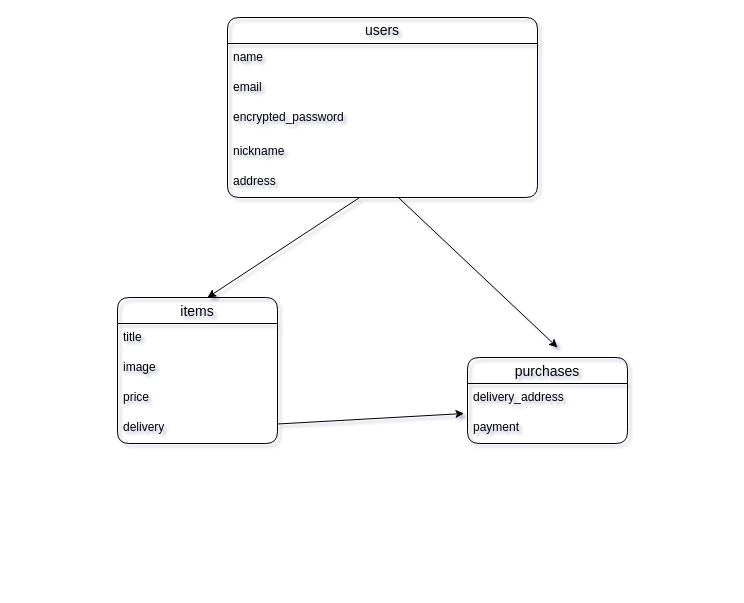
Before: furima.dio in suzukazu696969/furima-38767, a draw.io diagram. Source tidied: cells renumbered, new cells numbered last; positions are measured from the earlier drawing's top-left corner, leaving out a move shared by most shapes. Both pictures are drawn from the tidied source at 100%, with x=0, y=0 at pixel (117, 17).
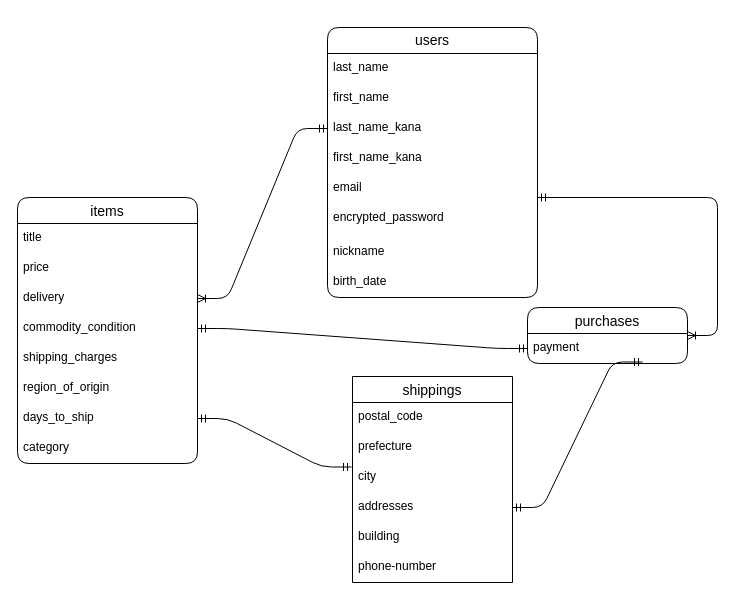
The same diagram, later.

Diff of the diagram source:
```diff
@@
-<mxGraphModel shadow="1">
+<mxGraphModel>
@@
     <mxCell id="2" value="users" style="swimlane;fontStyle=0;horizontal=1;startSize=26;align=center;fontSize=14;gradientColor=#ffffff;rounded=1;fillColor=none;whiteSpace=wrap;" parent="1" vertex="1">
-      <mxGeometry x="110" width="310" height="180" as="geometry" />
+      <mxGeometry x="210" y="10" width="210" height="270" as="geometry" />
     </mxCell>
-    <mxCell id="3" value="name" style="text;strokeColor=none;fillColor=none;spacingLeft=4;spacingRight=4;overflow=hidden;fontSize=12;" parent="2" vertex="1">
-      <mxGeometry y="26" width="310" height="30" as="geometry" />
+    <mxCell id="3" value="last_name" style="text;strokeColor=none;fillColor=none;spacingLeft=4;spacingRight=4;overflow=hidden;fontSize=12;" parent="2" vertex="1">
+      <mxGeometry y="26" width="210" height="30" as="geometry" />
     </mxCell>
+    <mxCell id="20" value="first_name" style="text;strokeColor=none;fillColor=none;spacingLeft=4;spacingRight=4;overflow=hidden;fontSize=12;" parent="2" vertex="1">
+      <mxGeometry y="56" width="210" height="30" as="geometry" />
+    </mxCell>
+    <mxCell id="21" value="last_name_kana" style="text;strokeColor=none;fillColor=none;spacingLeft=4;spacingRight=4;overflow=hidden;points=[[0,0.5],[1,0.5]];portConstraint=eastwest;fontSize=12;" parent="2" vertex="1">
+      <mxGeometry y="86" width="210" height="30" as="geometry" />
+    </mxCell>
+    <mxCell id="22" value="first_name_kana" style="text;strokeColor=none;fillColor=none;spacingLeft=4;spacingRight=4;overflow=hidden;fontSize=12;" parent="2" vertex="1">
+      <mxGeometry y="116" width="210" height="30" as="geometry" />
+    </mxCell>
     <mxCell id="4" value="email" style="text;strokeColor=none;fillColor=none;spacingLeft=4;spacingRight=4;overflow=hidden;fontSize=12;" parent="2" vertex="1">
-      <mxGeometry y="56" width="310" height="30" as="geometry" />
+      <mxGeometry y="146" width="210" height="30" as="geometry" />
     </mxCell>
     <mxCell id="5" value="encrypted_password" style="text;strokeColor=none;fillColor=none;spacingLeft=4;spacingRight=4;overflow=hidden;fontSize=12;fontColor=default;" parent="2" vertex="1">
-      <mxGeometry y="86" width="310" height="34" as="geometry" />
+      <mxGeometry y="176" width="210" height="34" as="geometry" />
     </mxCell>
     <mxCell id="6" value="nickname" style="text;strokeColor=none;fillColor=none;spacingLeft=4;spacingRight=4;overflow=hidden;points=[[0,0.5],[1,0.5]];portConstraint=eastwest;fontSize=12;rounded=1;" parent="2" vertex="1">
-      <mxGeometry y="120" width="310" height="30" as="geometry" />
+      <mxGeometry y="210" width="210" height="30" as="geometry" />
     </mxCell>
@@
-    <mxCell id="8" value="address" style="text;strokeColor=none;fillColor=none;spacingLeft=4;spacingRight=4;overflow=hidden;points=[[0,0.5],[1,0.5]];portConstraint=eastwest;fontSize=12;rounded=1;fontColor=default;" parent="2" vertex="1">
-      <mxGeometry y="150" width="310" height="30" as="geometry" />
+    <mxCell id="8" value="birth_date" style="text;strokeColor=none;fillColor=none;spacingLeft=4;spacingRight=4;overflow=hidden;points=[[0,0.5],[1,0.5]];portConstraint=eastwest;fontSize=12;rounded=1;fontColor=default;" parent="2" vertex="1">
+      <mxGeometry y="240" width="210" height="30" as="geometry" />
     </mxCell>
+    <mxCell id="14" value="purchases" style="swimlane;fontStyle=0;horizontal=1;startSize=26;align=center;fontSize=14;rounded=1;fillColor=none;gradientColor=#ffffff;" parent="1" vertex="1">
+      <mxGeometry x="410" y="290" width="160" height="56" as="geometry" />
+    </mxCell>
+    <mxCell id="16" value="payment" style="text;strokeColor=none;fillColor=none;spacingLeft=4;spacingRight=4;overflow=hidden;points=[[0,0.5],[1,0.5]];portConstraint=eastwest;fontSize=12;rounded=1;labelBorderColor=none;" parent="14" vertex="1">
+      <mxGeometry y="26" width="160" height="30" as="geometry" />
+    </mxCell>
+    <mxCell id="23" value="shippings" style="swimlane;fontStyle=0;horizontal=1;startSize=26;align=center;fontSize=14;" parent="1" vertex="1">
+      <mxGeometry x="235" y="359" width="160" height="206" as="geometry" />
+    </mxCell>
+    <mxCell id="24" value="postal_code" style="text;strokeColor=none;fillColor=none;spacingLeft=4;spacingRight=4;overflow=hidden;fontSize=12;" parent="23" vertex="1">
+      <mxGeometry y="26" width="160" height="30" as="geometry" />
+    </mxCell>
+    <mxCell id="25" value="prefecture" style="text;strokeColor=none;fillColor=none;spacingLeft=4;spacingRight=4;overflow=hidden;fontSize=12;" parent="23" vertex="1">
+      <mxGeometry y="56" width="160" height="30" as="geometry" />
+    </mxCell>
+    <mxCell id="26" value="city" style="text;strokeColor=none;fillColor=none;spacingLeft=4;spacingRight=4;overflow=hidden;points=[[0,0.5],[1,0.5]];portConstraint=eastwest;fontSize=12;" parent="23" vertex="1">
+      <mxGeometry y="86" width="160" height="30" as="geometry" />
+    </mxCell>
+    <mxCell id="27" value="addresses" style="text;strokeColor=none;fillColor=none;spacingLeft=4;spacingRight=4;overflow=hidden;points=[[0,0.5],[1,0.5]];portConstraint=eastwest;fontSize=12;" parent="23" vertex="1">
+      <mxGeometry y="116" width="160" height="30" as="geometry" />
+    </mxCell>
+    <mxCell id="28" value="building" style="text;strokeColor=none;fillColor=none;spacingLeft=4;spacingRight=4;overflow=hidden;fontSize=12;" parent="23" vertex="1">
+      <mxGeometry y="146" width="160" height="30" as="geometry" />
+    </mxCell>
+    <mxCell id="29" value="phone-number" style="text;strokeColor=none;fillColor=none;spacingLeft=4;spacingRight=4;overflow=hidden;fontSize=12;" parent="23" vertex="1">
+      <mxGeometry y="176" width="160" height="30" as="geometry" />
+    </mxCell>
     <mxCell id="9" value="items" style="swimlane;fontStyle=0;horizontal=1;startSize=26;align=center;fontSize=14;rounded=1;fillColor=none;gradientColor=#ffffff;" parent="1" vertex="1">
-      <mxGeometry y="280" width="160" height="146" as="geometry" />
+      <mxGeometry x="-100" y="180" width="180" height="266" as="geometry" />
     </mxCell>
     <mxCell id="10" value="title" style="text;strokeColor=none;fillColor=none;spacingLeft=4;spacingRight=4;overflow=hidden;fontSize=12;rounded=1;" parent="9" vertex="1">
-      <mxGeometry y="26" width="160" height="30" as="geometry" />
+      <mxGeometry y="26" width="180" height="30" as="geometry" />
     </mxCell>
-    <mxCell id="11" value="image" style="text;strokeColor=none;fillColor=none;spacingLeft=4;spacingRight=4;overflow=hidden;fontSize=12;rounded=1;" parent="9" vertex="1">
-      <mxGeometry y="56" width="160" height="30" as="geometry" />
-    </mxCell>
     <mxCell id="12" value="price" style="text;strokeColor=none;fillColor=none;spacingLeft=4;spacingRight=4;overflow=hidden;fontSize=12;rounded=1;" parent="9" vertex="1">
-      <mxGeometry y="86" width="160" height="30" as="geometry" />
+      <mxGeometry y="56" width="180" height="30" as="geometry" />
     </mxCell>
     <mxCell id="13" value="delivery" style="text;strokeColor=none;fillColor=none;spacingLeft=4;spacingRight=4;overflow=hidden;points=[[0,0.5],[1,0.5]];portConstraint=eastwest;fontSize=12;rounded=1;" parent="9" vertex="1">
-      <mxGeometry y="116" width="160" height="30" as="geometry" />
+      <mxGeometry y="86" width="180" height="30" as="geometry" />
     </mxCell>
-    <mxCell id="14" value="purchases" style="swimlane;fontStyle=0;horizontal=1;startSize=26;align=center;fontSize=14;rounded=1;fillColor=none;gradientColor=#ffffff;" parent="1" vertex="1">
-      <mxGeometry x="350" y="340" width="160" height="86" as="geometry" />
-    </mxCell>
-    <mxCell id="15" value="delivery_address" style="text;strokeColor=none;fillColor=none;spacingLeft=4;spacingRight=4;overflow=hidden;fontSize=12;rounded=1;" parent="14" vertex="1">
-      <mxGeometry y="26" width="160" height="30" as="geometry" />
-    </mxCell>
-    <mxCell id="16" value="payment" style="text;strokeColor=none;fillColor=none;spacingLeft=4;spacingRight=4;overflow=hidden;points=[[0,0.5],[1,0.5]];portConstraint=eastwest;fontSize=12;rounded=1;labelBorderColor=none;" parent="14" vertex="1">
-      <mxGeometry y="56" width="160" height="30" as="geometry" />
-    </mxCell>
-    <mxCell id="17" style="edgeStyle=none;html=1;entryX=-0.022;entryY=0;entryDx=0;entryDy=0;entryPerimeter=0;fontColor=default;" parent="1" edge="1" source="13" target="16">
-      <mxGeometry relative="1" as="geometry" />
-    </mxCell>
-    <mxCell id="18" style="edgeStyle=none;html=1;fontColor=default;" parent="1" edge="1" source="8">
-      <mxGeometry relative="1" as="geometry">
-        <mxPoint x="90" y="280" as="targetPoint" />
-      </mxGeometry>
-    </mxCell>
-    <mxCell id="19" style="edgeStyle=none;html=1;fontColor=default;" parent="1" edge="1" source="8">
-      <mxGeometry relative="1" as="geometry">
-        <mxPoint x="440" y="330" as="targetPoint" />
-      </mxGeometry>
-    </mxCell>
+    <mxCell id="30" value="commodity_condition" style="text;strokeColor=none;fillColor=none;spacingLeft=4;spacingRight=4;overflow=hidden;points=[[0,0.5],[1,0.5]];portConstraint=eastwest;fontSize=12;" parent="9" vertex="1">
+      <mxGeometry y="116" width="180" height="30" as="geometry" />
+    </mxCell>
+    <mxCell id="31" value="shipping_charges" style="text;strokeColor=none;fillColor=none;spacingLeft=4;spacingRight=4;overflow=hidden;fontSize=12;" parent="9" vertex="1">
+      <mxGeometry y="146" width="180" height="30" as="geometry" />
+    </mxCell>
+    <mxCell id="32" value="region_of_origin" style="text;strokeColor=none;fillColor=none;spacingLeft=4;spacingRight=4;overflow=hidden;fontSize=12;" parent="9" vertex="1">
+      <mxGeometry y="176" width="180" height="30" as="geometry" />
+    </mxCell>
+    <mxCell id="33" value="days_to_ship" style="text;strokeColor=none;fillColor=none;spacingLeft=4;spacingRight=4;overflow=hidden;points=[[0,0.5],[1,0.5]];portConstraint=eastwest;fontSize=12;" parent="9" vertex="1">
+      <mxGeometry y="206" width="180" height="30" as="geometry" />
+    </mxCell>
+    <mxCell id="34" value="category" style="text;strokeColor=none;fillColor=none;spacingLeft=4;spacingRight=4;overflow=hidden;fontSize=12;" parent="9" vertex="1">
+      <mxGeometry y="236" width="180" height="30" as="geometry" />
+    </mxCell>
+    <mxCell id="35" style="edgeStyle=entityRelationEdgeStyle;fontSize=12;html=1;endArrow=ERoneToMany;startArrow=ERmandOne;exitX=0;exitY=0.5;exitDx=0;exitDy=0;" parent="1" edge="1" source="21" target="13">
+      <mxGeometry relative="1" as="geometry" />
+    </mxCell>
+    <mxCell id="36" style="edgeStyle=entityRelationEdgeStyle;fontSize=12;html=1;endArrow=ERoneToMany;startArrow=ERmandOne;" parent="1" edge="1" target="14">
+      <mxGeometry relative="1" as="geometry">
+        <mxPoint x="420" y="180" as="sourcePoint" />
+      </mxGeometry>
+    </mxCell>
+    <mxCell id="37" style="edgeStyle=entityRelationEdgeStyle;fontSize=12;html=1;endArrow=ERmandOne;startArrow=ERmandOne;exitX=1;exitY=0.5;exitDx=0;exitDy=0;entryX=0;entryY=0.5;entryDx=0;entryDy=0;" parent="1" edge="1" source="30" target="16">
+      <mxGeometry relative="1" as="geometry" />
+    </mxCell>
+    <mxCell id="38" style="edgeStyle=entityRelationEdgeStyle;fontSize=12;html=1;endArrow=ERmandOne;startArrow=ERmandOne;exitX=1;exitY=0.5;exitDx=0;exitDy=0;entryX=-0.006;entryY=0.15;entryDx=0;entryDy=0;entryPerimeter=0;" parent="1" edge="1" source="33" target="26">
+      <mxGeometry relative="1" as="geometry" />
+    </mxCell>
+    <mxCell id="39" style="edgeStyle=entityRelationEdgeStyle;fontSize=12;html=1;endArrow=ERmandOne;startArrow=ERmandOne;entryX=1;entryY=0.5;entryDx=0;entryDy=0;exitX=0.719;exitY=0.95;exitDx=0;exitDy=0;exitPerimeter=0;" parent="1" edge="1" source="16" target="27">
+      <mxGeometry relative="1" as="geometry" />
+    </mxCell>
```
